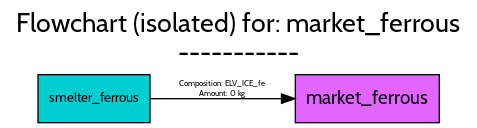
Above: src/futuram/examples/ELV/figures/flowcharts/processes/png/market_ferrous.png in FutuRaM-Project/Recovery-Model (Graphviz), before the change. Its source is kept beside it as src/futuram/examples/ELV/figures/flowcharts/processes/dot/market_ferrous.dot.
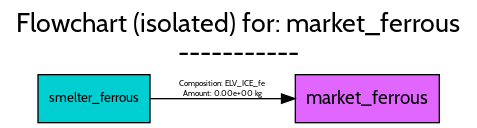
Above is the later version.

What changed in the source:
```diff
@@ -35,7 +35,7 @@
 		fontname=Cabin,
 		fontsize=6,
 		label="Composition: ELV_ICE_fe
-Amount: 0 kg",
+Amount: 0.00e+00 kg",
 		lp="163,25",
 		pos="e,217.14,18 108.58,18 136.81,18 174.83,18 206.94,18"];
 }
```
